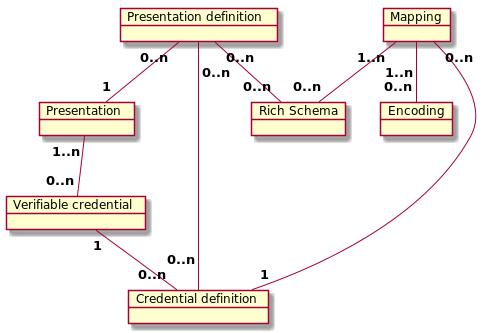
Earlier version of the PlantUML export text/0120-rich-schemas-common/relationship-diagram.png (hyperledger/indy-hipe).
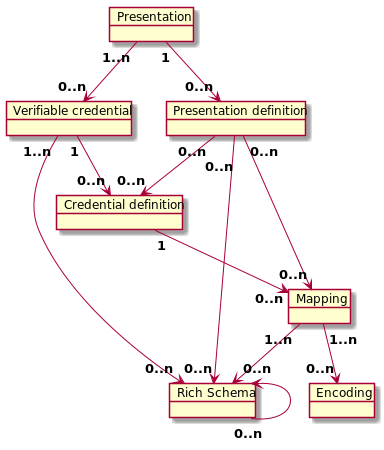
After the commit.

Commit message:
modified relationship image to clarify object references

The edit, as a diff of the source:
```diff
@@ -13,12 +13,22 @@
 }
 object "Rich Schema" as rich_schema {
 }
-pres "<b>1..n" -- "<b>0..n" verif_cred
-map "<b>0..n" -- "<b>1" cred_def
-pres_def "<b>0..n" -- "<b>1" pres
-map "<b>1..n" -- "<b>0..n" rich_schema
-pres_def "<b>0..n" -- "<b>0..n" rich_schema
-pres_def "\n<b>0..n" -- "<b>0..n\n" cred_def
-verif_cred "<b>1" -- "<b>0..n" cred_def
-map "\n<b>1..n" -- "<b>0..n" enc
+
+pres "<b>1" --> "<b>0..n" pres_def
+pres "<b>1..n" --> "<b>0..n" verif_cred
+
+pres_def "\n<b>0..n" --> "<b>0..n" rich_schema
+pres_def "<b>0..n" --> "<b>0..n" map
+pres_def "<b>0..n" --> "<b>0..n" cred_def
+
+verif_cred "<b>1" --> "<b>0..n" cred_def
+verif_cred "<b>1..n" --> "<b>0..n" rich_schema
+
+cred_def "<b>1" --> "<b>0..n" map
+
+map "<b>1..n" --> "<b>0..n" rich_schema
+map "<b>1..n" --> "<b>0..n" enc
+
+rich_schema "<b>0..n" -up-> rich_schema
+
 @enduml
```
